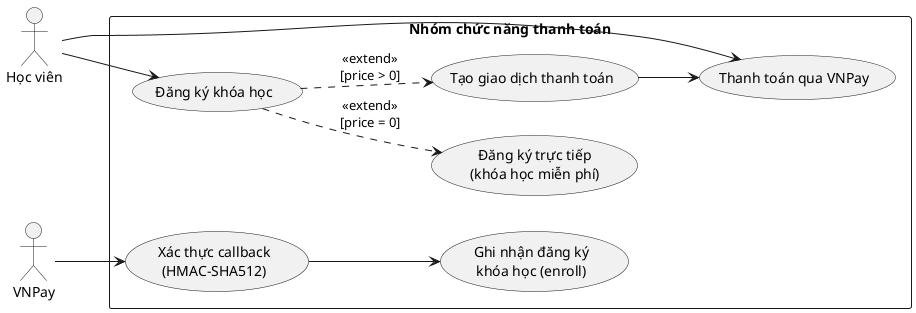
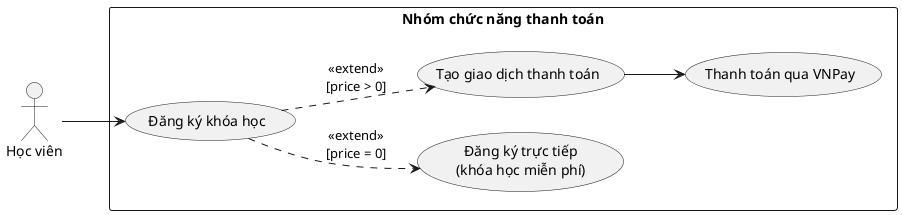
@startuml usecase-thanhtoan
left to right direction
skinparam packageStyle rectangle

actor "Học viên" as HV
- actor "VNPay" as VNP

rectangle "Nhóm chức năng thanh toán" {
  usecase "Đăng ký khóa học" as UC1
  usecase "Đăng ký trực tiếp\n(khóa học miễn phí)" as UC2
  usecase "Tạo giao dịch thanh toán" as UC3
  usecase "Thanh toán qua VNPay" as UC4
-   usecase "Xác thực callback\n(HMAC-SHA512)" as UC5
-   usecase "Ghi nhận đăng ký\nkhóa học (enroll)" as UC6
}

HV --> UC1
+ UC1 ..> UC3 : <<extend>>\n[price > 0]
UC1 ..> UC2 : <<extend>>\n[price = 0]
- UC1 ..> UC3 : <<extend>>\n[price > 0]
- HV --> UC4
UC3 --> UC4
- VNP --> UC5
- UC5 --> UC6
@enduml
